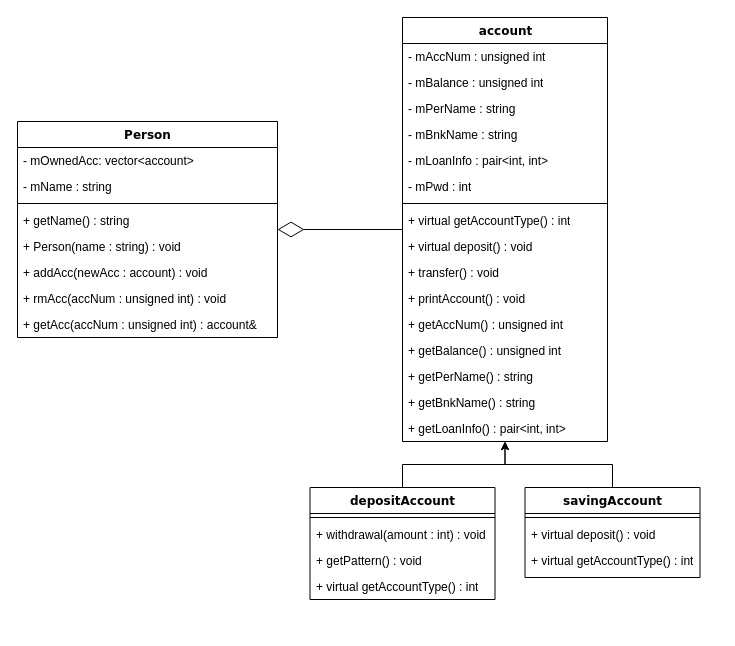
Earlier version of the draw.io diagram cppTermProj.drawio (2021OppTeam10/account_management). Source tidied: cells renumbered, new cells numbered last; positions are measured from the earlier drawing's top-left corner, leaving out a move shared by most shapes. Both pictures are drawn from the tidied source at 100%, with x=0, y=0 at pixel (17, 17).
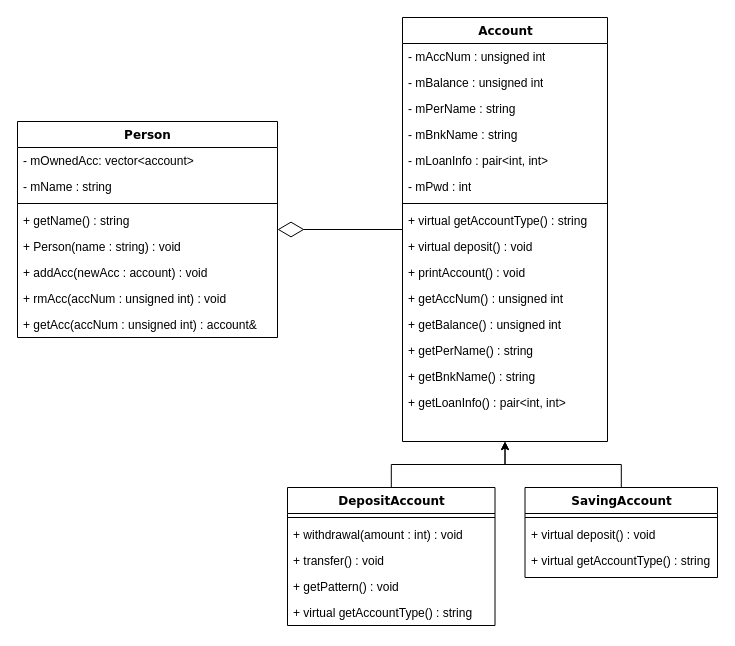
The same diagram, later.

Change to the diagram source:
```diff
@@
-    <mxCell id="2" value="account" style="swimlane;html=1;fontStyle=1;align=center;verticalAlign=top;horizontal=1;startSize=26;swimlaneFillColor=#ffffff;rounded=0;shadow=0;comic=0;labelBackgroundColor=none;strokeWidth=1;fillColor=none;fontFamily=Verdana;fontSize=12;" parent="1" vertex="1">
+    <mxCell id="2" value="Account" style="swimlane;html=1;fontStyle=1;align=center;verticalAlign=top;horizontal=1;startSize=26;swimlaneFillColor=#ffffff;rounded=0;shadow=0;comic=0;labelBackgroundColor=none;strokeWidth=1;fillColor=none;fontFamily=Verdana;fontSize=12;" parent="1" vertex="1">
       <mxGeometry x="385" width="205" height="424" as="geometry" />
     </mxCell>
@@
-    <mxCell id="10" value="+ virtual getAccountType() : int" style="text;html=1;strokeColor=none;fillColor=none;align=left;verticalAlign=top;spacingLeft=4;spacingRight=4;whiteSpace=wrap;overflow=hidden;" parent="2" vertex="1">
+    <mxCell id="10" value="+ virtual getAccountType() : string" style="text;html=1;strokeColor=none;fillColor=none;align=left;verticalAlign=top;spacingLeft=4;spacingRight=4;whiteSpace=wrap;overflow=hidden;" parent="2" vertex="1">
       <mxGeometry y="190" width="205" height="26" as="geometry" />
     </mxCell>
@@
-    <mxCell id="12" value="+ transfer() : void" style="text;html=1;strokeColor=none;fillColor=none;align=left;verticalAlign=top;spacingLeft=4;spacingRight=4;whiteSpace=wrap;overflow=hidden;" parent="2" vertex="1">
-      <mxGeometry y="242" width="205" height="26" as="geometry" />
-    </mxCell>
     <mxCell id="13" value="+ printAccount() : void" style="text;html=1;strokeColor=none;fillColor=none;align=left;verticalAlign=top;spacingLeft=4;spacingRight=4;whiteSpace=wrap;overflow=hidden;" parent="2" vertex="1">
-      <mxGeometry y="268" width="205" height="26" as="geometry" />
+      <mxGeometry y="242" width="205" height="26" as="geometry" />
     </mxCell>
     <mxCell id="14" value="+ getAccNum() : unsigned int" style="text;html=1;strokeColor=none;fillColor=none;align=left;verticalAlign=top;spacingLeft=4;spacingRight=4;whiteSpace=wrap;overflow=hidden;" parent="2" vertex="1">
-      <mxGeometry y="294" width="205" height="26" as="geometry" />
+      <mxGeometry y="268" width="205" height="26" as="geometry" />
     </mxCell>
     <mxCell id="15" value="+ getBalance() : unsigned int" style="text;html=1;strokeColor=none;fillColor=none;align=left;verticalAlign=top;spacingLeft=4;spacingRight=4;whiteSpace=wrap;overflow=hidden;" parent="2" vertex="1">
-      <mxGeometry y="320" width="205" height="26" as="geometry" />
+      <mxGeometry y="294" width="205" height="26" as="geometry" />
     </mxCell>
     <mxCell id="16" value="+ getPerName() : string" style="text;html=1;strokeColor=none;fillColor=none;align=left;verticalAlign=top;spacingLeft=4;spacingRight=4;whiteSpace=wrap;overflow=hidden;" parent="2" vertex="1">
-      <mxGeometry y="346" width="205" height="26" as="geometry" />
+      <mxGeometry y="320" width="205" height="26" as="geometry" />
     </mxCell>
     <mxCell id="17" value="+ getBnkName() : string" style="text;html=1;strokeColor=none;fillColor=none;align=left;verticalAlign=top;spacingLeft=4;spacingRight=4;whiteSpace=wrap;overflow=hidden;" parent="2" vertex="1">
-      <mxGeometry y="372" width="205" height="26" as="geometry" />
+      <mxGeometry y="346" width="205" height="26" as="geometry" />
     </mxCell>
     <mxCell id="18" value="+ getLoanInfo() : pair&amp;lt;int, int&amp;gt;" style="text;html=1;strokeColor=none;fillColor=none;align=left;verticalAlign=top;spacingLeft=4;spacingRight=4;whiteSpace=wrap;overflow=hidden;" parent="2" vertex="1">
-      <mxGeometry y="398" width="205" height="26" as="geometry" />
+      <mxGeometry y="372" width="205" height="26" as="geometry" />
     </mxCell>
@@
-    <mxCell id="20" value="depositAccount" style="swimlane;html=1;fontStyle=1;align=center;verticalAlign=top;horizontal=1;startSize=26;swimlaneFillColor=#ffffff;rounded=0;shadow=0;comic=0;labelBackgroundColor=none;strokeWidth=1;fillColor=none;fontFamily=Verdana;fontSize=12;" parent="1" vertex="1">
-      <mxGeometry x="292.5" y="470" width="185" height="112" as="geometry" />
+    <mxCell id="20" value="DepositAccount" style="swimlane;html=1;fontStyle=1;align=center;verticalAlign=top;horizontal=1;startSize=26;swimlaneFillColor=#ffffff;rounded=0;shadow=0;comic=0;labelBackgroundColor=none;strokeWidth=1;fillColor=none;fontFamily=Verdana;fontSize=12;" parent="1" vertex="1">
+      <mxGeometry x="270" y="470" width="207.5" height="138" as="geometry" />
     </mxCell>
     <mxCell id="21" style="line;html=1;strokeWidth=1;fillColor=none;align=left;verticalAlign=middle;spacingTop=-1;spacingLeft=3;spacingRight=3;labelPosition=right;" parent="20" vertex="1">
-      <mxGeometry y="26" width="185" height="8" as="geometry" />
+      <mxGeometry y="26" width="207.5" height="8" as="geometry" />
     </mxCell>
     <mxCell id="22" value="+ withdrawal(amount : int) : void" style="text;html=1;strokeColor=none;fillColor=none;align=left;verticalAlign=top;spacingLeft=4;spacingRight=4;whiteSpace=wrap;overflow=hidden;" parent="20" vertex="1">
-      <mxGeometry y="34" width="185" height="26" as="geometry" />
+      <mxGeometry y="34" width="207.5" height="26" as="geometry" />
     </mxCell>
+    <mxCell id="12" value="+ transfer() : void" style="text;html=1;strokeColor=none;fillColor=none;align=left;verticalAlign=top;spacingLeft=4;spacingRight=4;whiteSpace=wrap;overflow=hidden;" parent="20" vertex="1">
+      <mxGeometry y="60" width="207.5" height="26" as="geometry" />
+    </mxCell>
     <mxCell id="23" value="+ getPattern() : void" style="text;html=1;strokeColor=none;fillColor=none;align=left;verticalAlign=top;spacingLeft=4;spacingRight=4;whiteSpace=wrap;overflow=hidden;" parent="20" vertex="1">
-      <mxGeometry y="60" width="185" height="26" as="geometry" />
+      <mxGeometry y="86" width="207.5" height="26" as="geometry" />
     </mxCell>
-    <mxCell id="24" value="+ virtual getAccountType() : int" style="text;html=1;strokeColor=none;fillColor=none;align=left;verticalAlign=top;spacingLeft=4;spacingRight=4;whiteSpace=wrap;overflow=hidden;" parent="20" vertex="1">
-      <mxGeometry y="86" width="185" height="26" as="geometry" />
+    <mxCell id="24" value="+ virtual getAccountType() : string" style="text;html=1;strokeColor=none;fillColor=none;align=left;verticalAlign=top;spacingLeft=4;spacingRight=4;whiteSpace=wrap;overflow=hidden;" parent="20" vertex="1">
+      <mxGeometry y="112" width="207.5" height="26" as="geometry" />
     </mxCell>
@@
-    <mxCell id="26" value="savingAccount" style="swimlane;html=1;fontStyle=1;align=center;verticalAlign=top;horizontal=1;startSize=26;swimlaneFillColor=#ffffff;rounded=0;shadow=0;comic=0;labelBackgroundColor=none;strokeWidth=1;fillColor=none;fontFamily=Verdana;fontSize=12;" parent="1" vertex="1">
-      <mxGeometry x="507.5" y="470" width="175" height="90" as="geometry" />
+    <mxCell id="26" value="SavingAccount" style="swimlane;html=1;fontStyle=1;align=center;verticalAlign=top;horizontal=1;startSize=26;swimlaneFillColor=#ffffff;rounded=0;shadow=0;comic=0;labelBackgroundColor=none;strokeWidth=1;fillColor=none;fontFamily=Verdana;fontSize=12;" parent="1" vertex="1">
+      <mxGeometry x="507.5" y="470" width="192.5" height="90" as="geometry" />
     </mxCell>
     <mxCell id="27" style="line;html=1;strokeWidth=1;fillColor=none;align=left;verticalAlign=middle;spacingTop=-1;spacingLeft=3;spacingRight=3;labelPosition=right;" parent="26" vertex="1">
-      <mxGeometry y="26" width="175" height="8" as="geometry" />
+      <mxGeometry y="26" width="192.5" height="8" as="geometry" />
     </mxCell>
     <mxCell id="28" value="+ virtual deposit() : void" style="text;html=1;strokeColor=none;fillColor=none;align=left;verticalAlign=top;spacingLeft=4;spacingRight=4;whiteSpace=wrap;overflow=hidden;" parent="26" vertex="1">
-      <mxGeometry y="34" width="175" height="26" as="geometry" />
+      <mxGeometry y="34" width="192.5" height="26" as="geometry" />
     </mxCell>
-    <mxCell id="29" value="+ virtual getAccountType() : int" style="text;html=1;strokeColor=none;fillColor=none;align=left;verticalAlign=top;spacingLeft=4;spacingRight=4;whiteSpace=wrap;overflow=hidden;" parent="26" vertex="1">
-      <mxGeometry y="60" width="175" height="26" as="geometry" />
+    <mxCell id="29" value="+ virtual getAccountType() : string" style="text;html=1;strokeColor=none;fillColor=none;align=left;verticalAlign=top;spacingLeft=4;spacingRight=4;whiteSpace=wrap;overflow=hidden;" parent="26" vertex="1">
+      <mxGeometry y="60" width="192.5" height="26" as="geometry" />
     </mxCell>
```
